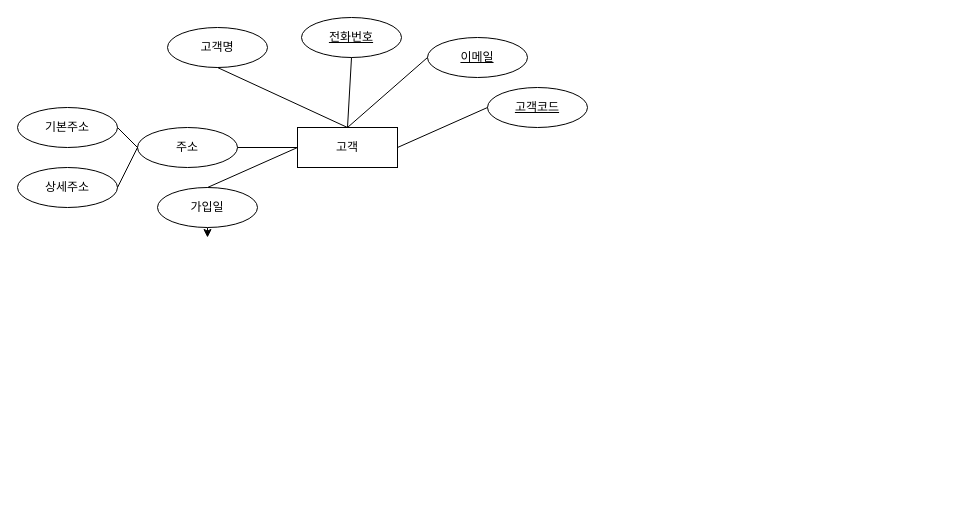
This is 제목 없는 다이어그램.drawio from devgreact/til-lecture-erd, a draw.io file, before an edit. Source tidied: cells renumbered, new cells numbered last; positions are measured from the earlier drawing's top-left corner, leaving out a move shared by most shapes. Both pictures are drawn from the tidied source at 100%, with x=0, y=0 at pixel (17, 17).
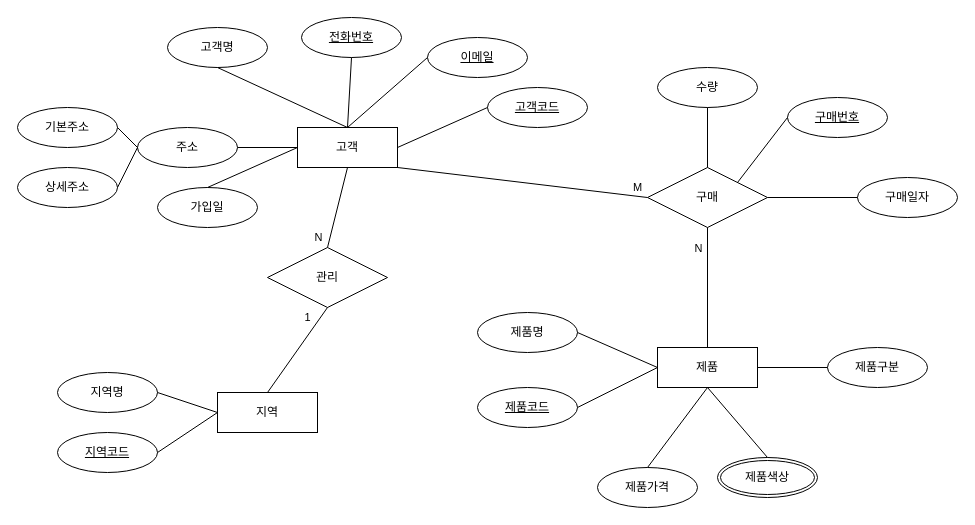
Above is the later version.

Commit message (it also covers changes not shown here):
제목 없는 다이어그램.drawio 업데이트

The change refers to these unchanged cells:
```xml
<mxCell id="2" value="고객" style="whiteSpace=wrap;html=1;align=center;" parent="1" vertex="1">
  <mxGeometry x="280" y="110" width="100" height="40" as="geometry" />
</mxCell>
<mxCell id="18" value="가입일" style="ellipse;whiteSpace=wrap;html=1;align=center;" parent="1" vertex="1">
  <mxGeometry x="140" y="170" width="100" height="40" as="geometry" />
</mxCell>
```

Change to the diagram source:
```diff
@@
-    <mxCell id="17" style="edgeStyle=orthogonalEdgeStyle;rounded=0;jettySize=auto;html=1;exitX=0.5;exitY=1;exitDx=0;exitDy=0;" parent="1" edge="1" source="18">
-      <mxGeometry relative="1" as="geometry">
-        <mxPoint x="190" y="220" as="targetPoint" />
-      </mxGeometry>
-    </mxCell>
@@
+    <mxCell id="20" value="지역명" style="ellipse;whiteSpace=wrap;html=1;align=center;" parent="1" vertex="1">
+      <mxGeometry x="40" y="355" width="100" height="40" as="geometry" />
+    </mxCell>
+    <mxCell id="21" value="지역코드" style="ellipse;whiteSpace=wrap;html=1;align=center;fontStyle=4;" parent="1" vertex="1">
+      <mxGeometry x="40" y="415" width="100" height="40" as="geometry" />
+    </mxCell>
+    <mxCell id="22" style="endArrow=none;html=1;rounded=0;entryX=1;entryY=0.5;entryDx=0;entryDy=0;" parent="1" edge="1" target="21">
+      <mxGeometry relative="1" as="geometry">
+        <mxPoint x="200" y="395" as="sourcePoint" />
+      </mxGeometry>
+    </mxCell>
+    <mxCell id="23" value="제품명" style="ellipse;whiteSpace=wrap;html=1;align=center;" parent="1" vertex="1">
+      <mxGeometry x="460" y="295" width="100" height="40" as="geometry" />
+    </mxCell>
+    <mxCell id="24" style="endArrow=none;html=1;rounded=0;exitX=0;exitY=0.5;exitDx=0;exitDy=0;entryX=1;entryY=0.5;entryDx=0;entryDy=0;" parent="1" edge="1" source="29" target="23">
+      <mxGeometry relative="1" as="geometry" />
+    </mxCell>
+    <mxCell id="25" value="제품코드" style="ellipse;whiteSpace=wrap;html=1;align=center;fontStyle=4;" parent="1" vertex="1">
+      <mxGeometry x="460" y="370" width="100" height="40" as="geometry" />
+    </mxCell>
+    <mxCell id="26" style="endArrow=none;html=1;rounded=0;entryX=1;entryY=0.5;entryDx=0;entryDy=0;exitX=0;exitY=0.5;exitDx=0;exitDy=0;" parent="1" edge="1" source="29" target="25">
+      <mxGeometry relative="1" as="geometry" />
+    </mxCell>
+    <mxCell id="27" value="지역" style="whiteSpace=wrap;html=1;align=center;" parent="1" vertex="1">
+      <mxGeometry x="200" y="375" width="100" height="40" as="geometry" />
+    </mxCell>
+    <mxCell id="28" style="endArrow=none;html=1;rounded=0;exitX=0;exitY=0.5;exitDx=0;exitDy=0;entryX=1;entryY=0.5;entryDx=0;entryDy=0;" parent="1" edge="1" source="27" target="20">
+      <mxGeometry relative="1" as="geometry" />
+    </mxCell>
+    <mxCell id="29" value="제품" style="whiteSpace=wrap;html=1;align=center;" parent="1" vertex="1">
+      <mxGeometry x="640" y="330" width="100" height="40" as="geometry" />
+    </mxCell>
+    <mxCell id="30" value="제품구분" style="ellipse;whiteSpace=wrap;html=1;align=center;" parent="1" vertex="1">
+      <mxGeometry x="810" y="330" width="100" height="40" as="geometry" />
+    </mxCell>
+    <mxCell id="31" style="endArrow=none;html=1;rounded=0;entryX=0;entryY=0.5;entryDx=0;entryDy=0;exitX=1;exitY=0.5;exitDx=0;exitDy=0;" parent="1" edge="1" source="29" target="30">
+      <mxGeometry relative="1" as="geometry" />
+    </mxCell>
+    <mxCell id="32" value="제품색상" style="ellipse;shape=doubleEllipse;margin=3;whiteSpace=wrap;html=1;align=center;" parent="1" vertex="1">
+      <mxGeometry x="700" y="440" width="100" height="40" as="geometry" />
+    </mxCell>
+    <mxCell id="33" style="endArrow=none;html=1;rounded=0;entryX=0.5;entryY=0;entryDx=0;entryDy=0;exitX=0.5;exitY=1;exitDx=0;exitDy=0;" parent="1" edge="1" source="29" target="32">
+      <mxGeometry relative="1" as="geometry" />
+    </mxCell>
+    <mxCell id="34" value="제품가격" style="ellipse;whiteSpace=wrap;html=1;align=center;" parent="1" vertex="1">
+      <mxGeometry x="580" y="450" width="100" height="40" as="geometry" />
+    </mxCell>
+    <mxCell id="35" style="endArrow=none;html=1;rounded=0;exitX=0.5;exitY=1;exitDx=0;exitDy=0;entryX=0.5;entryY=0;entryDx=0;entryDy=0;" parent="1" edge="1" source="29" target="34">
+      <mxGeometry relative="1" as="geometry" />
+    </mxCell>
+    <mxCell id="36" value="관리" style="shape=rhombus;perimeter=rhombusPerimeter;whiteSpace=wrap;html=1;align=center;" parent="1" vertex="1">
+      <mxGeometry x="250" y="230" width="120" height="60" as="geometry" />
+    </mxCell>
+    <mxCell id="37" value="구매" style="shape=rhombus;perimeter=rhombusPerimeter;whiteSpace=wrap;html=1;align=center;" parent="1" vertex="1">
+      <mxGeometry x="630" y="150" width="120" height="60" as="geometry" />
+    </mxCell>
+    <mxCell id="38" style="endArrow=none;html=1;rounded=0;exitX=0.5;exitY=0;exitDx=0;exitDy=0;entryX=0.5;entryY=1;entryDx=0;entryDy=0;" parent="1" edge="1" source="36" target="2">
+      <mxGeometry relative="1" as="geometry" />
+    </mxCell>
+    <mxCell id="39" value="N" style="edgeLabel;html=1;align=center;verticalAlign=middle;" parent="38" vertex="1">
+      <mxGeometry x="0.01" y="-1" relative="1" as="geometry">
+        <mxPoint x="-21" y="30" as="offset" />
+      </mxGeometry>
+    </mxCell>
+    <mxCell id="40" style="endArrow=none;html=1;rounded=0;entryX=0.5;entryY=1;entryDx=0;entryDy=0;exitX=0.5;exitY=0;exitDx=0;exitDy=0;" parent="1" edge="1" source="27" target="36">
+      <mxGeometry relative="1" as="geometry" />
+    </mxCell>
+    <mxCell id="41" value="1" style="edgeLabel;html=1;align=center;verticalAlign=middle;" parent="40" vertex="1">
+      <mxGeometry x="0.37" relative="1" as="geometry">
+        <mxPoint x="-1" y="-17" as="offset" />
+      </mxGeometry>
+    </mxCell>
+    <mxCell id="42" style="endArrow=none;html=1;rounded=0;exitX=1;exitY=1;exitDx=0;exitDy=0;entryX=0;entryY=0.5;entryDx=0;entryDy=0;" parent="1" edge="1" source="2" target="37">
+      <mxGeometry relative="1" as="geometry" />
+    </mxCell>
+    <mxCell id="43" value="M" style="edgeLabel;html=1;align=center;verticalAlign=middle;" parent="42" vertex="1">
+      <mxGeometry x="0.65" relative="1" as="geometry">
+        <mxPoint x="33" y="-5" as="offset" />
+      </mxGeometry>
+    </mxCell>
+    <mxCell id="44" style="endArrow=none;html=1;rounded=0;exitX=0.5;exitY=1;exitDx=0;exitDy=0;entryX=0.5;entryY=0;entryDx=0;entryDy=0;" parent="1" edge="1" source="37" target="29">
+      <mxGeometry relative="1" as="geometry" />
+    </mxCell>
+    <mxCell id="45" value="N" style="edgeLabel;html=1;align=center;verticalAlign=middle;" parent="44" vertex="1">
+      <mxGeometry x="-0.21" y="1" relative="1" as="geometry">
+        <mxPoint x="-11" y="-27" as="offset" />
+      </mxGeometry>
+    </mxCell>
+    <mxCell id="46" value="구매번호" style="ellipse;whiteSpace=wrap;html=1;align=center;fontStyle=4;" parent="1" vertex="1">
+      <mxGeometry x="770" y="80" width="100" height="40" as="geometry" />
+    </mxCell>
+    <mxCell id="47" value="수량" style="ellipse;whiteSpace=wrap;html=1;align=center;" parent="1" vertex="1">
+      <mxGeometry x="640" y="50" width="100" height="40" as="geometry" />
+    </mxCell>
+    <mxCell id="48" value="구매일자" style="ellipse;whiteSpace=wrap;html=1;align=center;" parent="1" vertex="1">
+      <mxGeometry x="840" y="160" width="100" height="40" as="geometry" />
+    </mxCell>
+    <mxCell id="49" style="endArrow=none;html=1;rounded=0;entryX=0.5;entryY=1;entryDx=0;entryDy=0;exitX=0.5;exitY=0;exitDx=0;exitDy=0;" parent="1" edge="1" source="37" target="47">
+      <mxGeometry relative="1" as="geometry" />
+    </mxCell>
+    <mxCell id="50" style="endArrow=none;html=1;rounded=0;entryX=0;entryY=0.5;entryDx=0;entryDy=0;exitX=1;exitY=0;exitDx=0;exitDy=0;" parent="1" edge="1" source="37" target="46">
+      <mxGeometry relative="1" as="geometry" />
+    </mxCell>
+    <mxCell id="51" style="endArrow=none;html=1;rounded=0;entryX=0;entryY=0.5;entryDx=0;entryDy=0;exitX=1;exitY=0.5;exitDx=0;exitDy=0;" parent="1" edge="1" source="37" target="48">
+      <mxGeometry relative="1" as="geometry" />
+    </mxCell>
```
